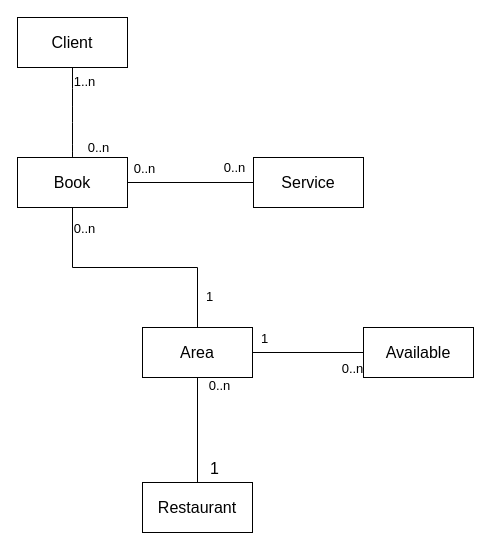
Lopez10/tempus-backend keeps this draw.io diagram as page "BasicClass" (1 of 5) of models/tempus-UML.drawio. Above is the earlier version. Source tidied: cells renumbered, new cells numbered last; positions are measured from the earlier drawing's top-left corner, leaving out a move shared by most shapes. Both pictures are drawn from the tidied source at 100%, with x=0, y=0 at pixel (17, 17).
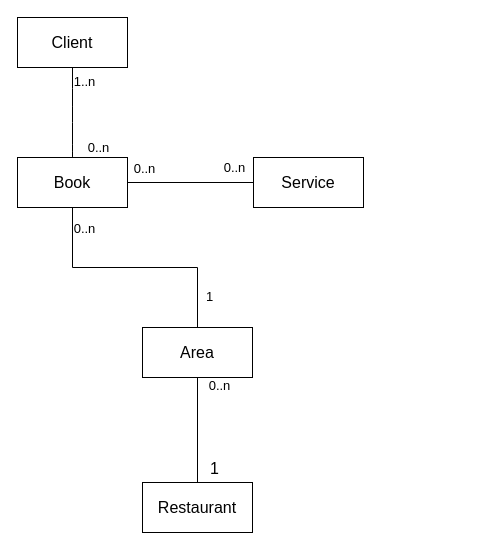
After the change.

Commit message (it also covers changes not shown here):
Update UML diagram and Prisma schema

The edit, as a diff of the source:
```diff
@@
-    <mxCell id="16" style="edgeStyle=none;html=1;entryX=0;entryY=0.5;entryDx=0;entryDy=0;endArrow=none;endFill=0;" parent="1" edge="1" target="22">
-      <mxGeometry relative="1" as="geometry">
-        <mxPoint x="235" y="335" as="sourcePoint" />
-      </mxGeometry>
-    </mxCell>
-    <mxCell id="17" value="&lt;font style=&quot;font-size: 13px;&quot;&gt;0..n&lt;/font&gt;" style="edgeLabel;html=1;align=center;verticalAlign=middle;" parent="16" vertex="1">
-      <mxGeometry x="0.78" y="-2" relative="1" as="geometry">
-        <mxPoint y="13" as="offset" />
-      </mxGeometry>
-    </mxCell>
-    <mxCell id="18" value="&lt;font style=&quot;font-size: 13px;&quot;&gt;1&lt;/font&gt;" style="edgeLabel;html=1;align=center;verticalAlign=middle;" parent="16" vertex="1">
-      <mxGeometry x="-0.72" y="-1" relative="1" as="geometry">
-        <mxPoint x="-5" y="-16" as="offset" />
-      </mxGeometry>
-    </mxCell>
@@
-    <mxCell id="22" value="Available" style="html=1;whiteSpace=wrap;fontSize=16;" parent="1" vertex="1">
-      <mxGeometry x="346" y="310" width="110" height="50" as="geometry" />
-    </mxCell>
```
